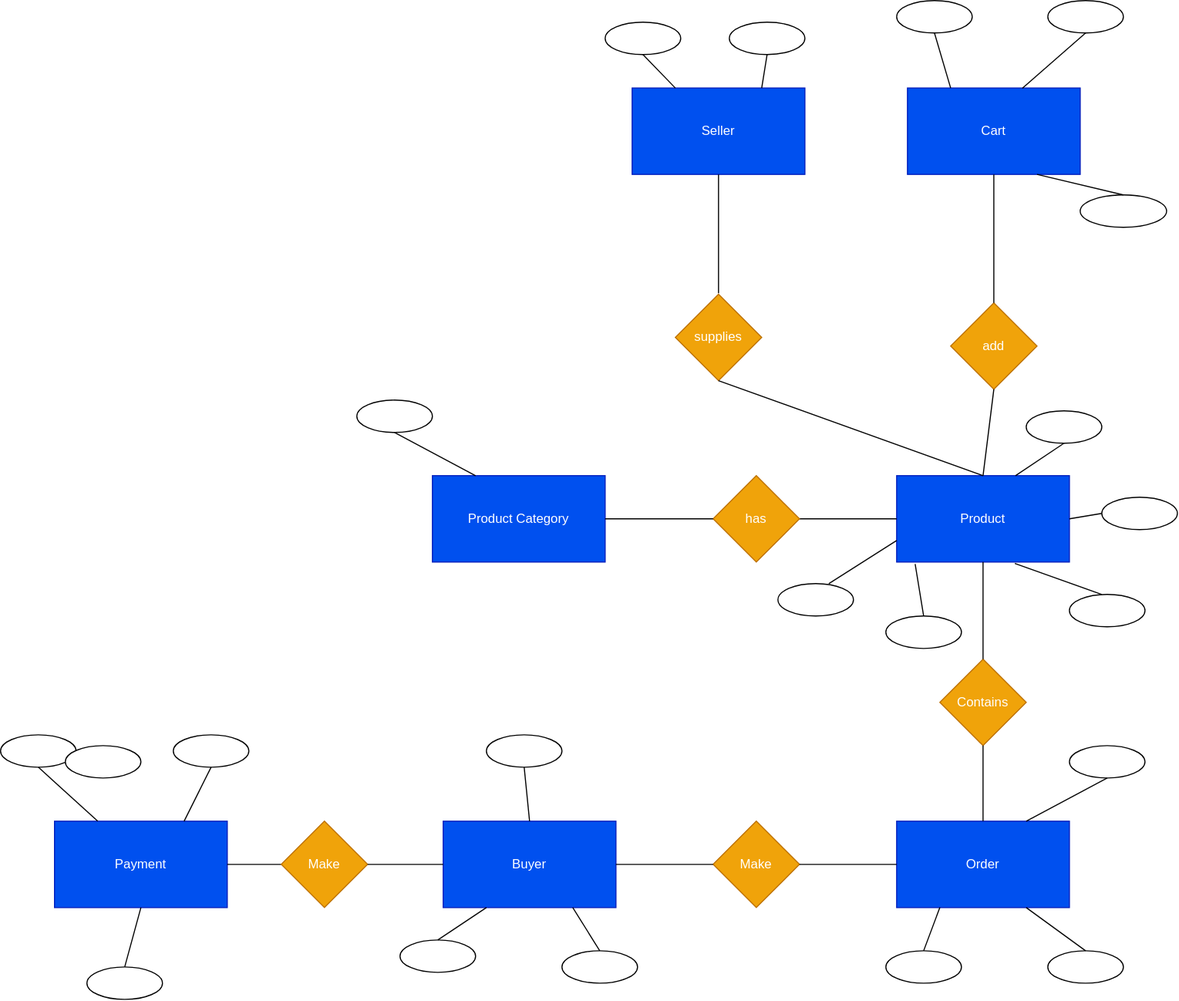
This is ER_diagram.drawio.svg from Hemakanth1/shopping-cart-system, a draw.io export, as it was before one commit. Source tidied: cells renumbered, new cells last; positions are measured from the earlier drawing's top-left corner, leaving out a move shared by most shapes.
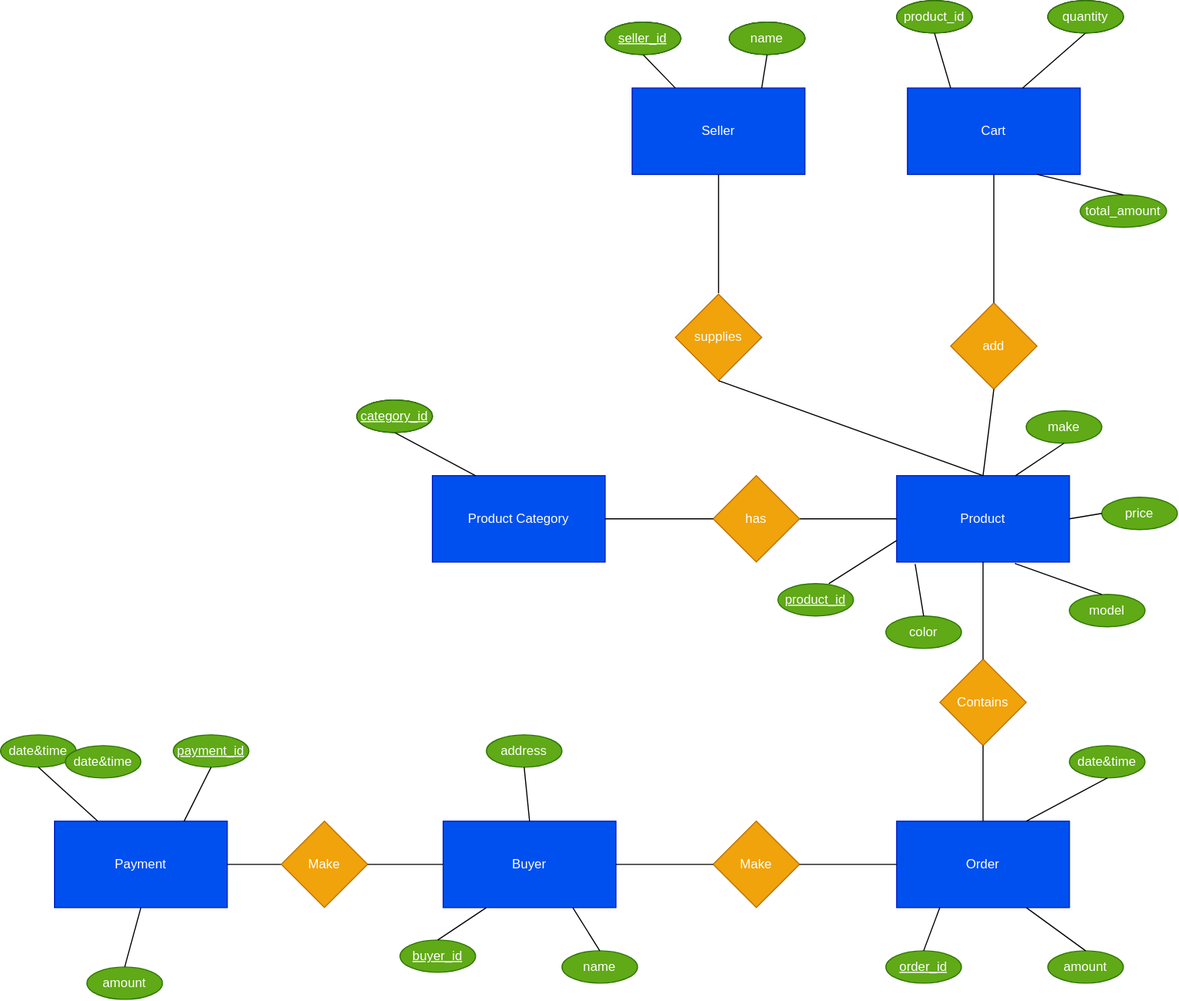
Above is the later version.

Change to the diagram source:
```diff
@@ -79,16 +79,16 @@
     <mxCell id="26" style="endArrow=none;html=1;fontColor=#FFFFFF;exitX=1;exitY=0.5;exitDx=0;exitDy=0;entryX=0;entryY=0.5;entryDx=0;entryDy=0;" parent="1" edge="1" source="25" target="6">
       <mxGeometry relative="1" as="geometry" />
     </mxCell>
-    <mxCell id="27" value="color" style="ellipse;whiteSpace=wrap;html=1;fontColor=#FFFFFF;" parent="1" vertex="1">
+    <mxCell id="27" value="color" style="ellipse;whiteSpace=wrap;html=1;fontColor=#ffffff;fillColor=#60a917;strokeColor=#2D7600;" parent="1" vertex="1">
       <mxGeometry x="820" y="570" width="70" height="30" as="geometry" />
     </mxCell>
-    <mxCell id="28" value="price" style="ellipse;whiteSpace=wrap;html=1;fontColor=#FFFFFF;" parent="1" vertex="1">
+    <mxCell id="28" value="price" style="ellipse;whiteSpace=wrap;html=1;fontColor=#ffffff;fillColor=#60a917;strokeColor=#2D7600;" parent="1" vertex="1">
       <mxGeometry x="1020" y="460" width="70" height="30" as="geometry" />
     </mxCell>
-    <mxCell id="29" value="make" style="ellipse;whiteSpace=wrap;html=1;fontColor=#FFFFFF;" parent="1" vertex="1">
+    <mxCell id="29" value="make" style="ellipse;whiteSpace=wrap;html=1;fontColor=#ffffff;fillColor=#60a917;strokeColor=#2D7600;" parent="1" vertex="1">
       <mxGeometry x="950" y="380" width="70" height="30" as="geometry" />
     </mxCell>
-    <mxCell id="30" value="model" style="ellipse;whiteSpace=wrap;html=1;fontColor=#FFFFFF;" parent="1" vertex="1">
+    <mxCell id="30" value="model" style="ellipse;whiteSpace=wrap;html=1;fontColor=#ffffff;fillColor=#60a917;strokeColor=#2D7600;" parent="1" vertex="1">
       <mxGeometry x="990" y="550" width="70" height="30" as="geometry" />
     </mxCell>
     <mxCell id="31" style="endArrow=none;html=1;fontColor=#FFFFFF;exitX=0.5;exitY=0;exitDx=0;exitDy=0;entryX=0.107;entryY=1.023;entryDx=0;entryDy=0;entryPerimeter=0;" parent="1" edge="1" source="27" target="3">
@@ -105,19 +105,19 @@
         <mxPoint x="940" y="440" as="sourcePoint" />
       </mxGeometry>
     </mxCell>
-    <mxCell id="35" value="&lt;u&gt;product_id&lt;/u&gt;" style="ellipse;whiteSpace=wrap;html=1;fontColor=#FFFFFF;" parent="1" vertex="1">
+    <mxCell id="35" value="&lt;u&gt;product_id&lt;/u&gt;" style="ellipse;whiteSpace=wrap;html=1;fontColor=#ffffff;fillColor=#60a917;strokeColor=#2D7600;" parent="1" vertex="1">
       <mxGeometry x="720" y="540" width="70" height="30" as="geometry" />
     </mxCell>
     <mxCell id="36" style="endArrow=none;html=1;fontColor=#FFFFFF;exitX=0.673;exitY=0;exitDx=0;exitDy=0;exitPerimeter=0;entryX=0;entryY=0.75;entryDx=0;entryDy=0;" parent="1" edge="1" source="35" target="3">
       <mxGeometry relative="1" as="geometry" />
     </mxCell>
-    <mxCell id="37" value="&lt;u&gt;buyer_id&lt;/u&gt;" style="ellipse;whiteSpace=wrap;html=1;fontColor=#FFFFFF;" parent="1" vertex="1">
+    <mxCell id="37" value="&lt;u&gt;buyer_id&lt;/u&gt;" style="ellipse;whiteSpace=wrap;html=1;fontColor=#ffffff;fillColor=#60a917;strokeColor=#2D7600;" parent="1" vertex="1">
       <mxGeometry x="370" y="870" width="70" height="30" as="geometry" />
     </mxCell>
-    <mxCell id="38" value="name" style="ellipse;whiteSpace=wrap;html=1;fontColor=#FFFFFF;" parent="1" vertex="1">
+    <mxCell id="38" value="name" style="ellipse;whiteSpace=wrap;html=1;fontColor=#ffffff;fillColor=#60a917;strokeColor=#2D7600;" parent="1" vertex="1">
       <mxGeometry x="520" y="880" width="70" height="30" as="geometry" />
     </mxCell>
-    <mxCell id="39" value="address" style="ellipse;whiteSpace=wrap;html=1;fontColor=#FFFFFF;" parent="1" vertex="1">
+    <mxCell id="39" value="address" style="ellipse;whiteSpace=wrap;html=1;fontColor=#ffffff;fillColor=#60a917;strokeColor=#2D7600;" parent="1" vertex="1">
       <mxGeometry x="450" y="680" width="70" height="30" as="geometry" />
     </mxCell>
     <mxCell id="40" style="endArrow=none;html=1;fontColor=#FFFFFF;exitX=0.5;exitY=0;exitDx=0;exitDy=0;entryX=0.75;entryY=1;entryDx=0;entryDy=0;" parent="1" edge="1" source="38" target="6">
@@ -129,10 +129,10 @@
     <mxCell id="42" style="endArrow=none;html=1;fontColor=#FFFFFF;exitX=0.5;exitY=1;exitDx=0;exitDy=0;entryX=0.5;entryY=0;entryDx=0;entryDy=0;" parent="1" edge="1" source="39" target="6">
       <mxGeometry relative="1" as="geometry" />
     </mxCell>
-    <mxCell id="43" value="&lt;u&gt;order_id&lt;/u&gt;" style="ellipse;whiteSpace=wrap;html=1;fontColor=#FFFFFF;" parent="1" vertex="1">
+    <mxCell id="43" value="&lt;u&gt;order_id&lt;/u&gt;" style="ellipse;whiteSpace=wrap;html=1;fontColor=#ffffff;fillColor=#60a917;strokeColor=#2D7600;" parent="1" vertex="1">
       <mxGeometry x="820" y="880" width="70" height="30" as="geometry" />
     </mxCell>
-    <mxCell id="44" value="amount" style="ellipse;whiteSpace=wrap;html=1;fontColor=#FFFFFF;" parent="1" vertex="1">
+    <mxCell id="44" value="amount" style="ellipse;whiteSpace=wrap;html=1;fontColor=#ffffff;fillColor=#60a917;strokeColor=#2D7600;" parent="1" vertex="1">
       <mxGeometry x="970" y="880" width="70" height="30" as="geometry" />
     </mxCell>
     <mxCell id="45" style="endArrow=none;html=1;fontColor=#FFFFFF;exitX=0.5;exitY=0;exitDx=0;exitDy=0;entryX=0.25;entryY=1;entryDx=0;entryDy=0;" parent="1" edge="1" source="43" target="7">
@@ -141,19 +141,19 @@
     <mxCell id="46" style="endArrow=none;html=1;fontColor=#FFFFFF;exitX=0.5;exitY=0;exitDx=0;exitDy=0;entryX=0.75;entryY=1;entryDx=0;entryDy=0;" parent="1" edge="1" source="44" target="7">
       <mxGeometry relative="1" as="geometry" />
     </mxCell>
-    <mxCell id="47" value="date&amp;amp;time" style="ellipse;whiteSpace=wrap;html=1;fontColor=#FFFFFF;" parent="1" vertex="1">
+    <mxCell id="47" value="date&amp;amp;time" style="ellipse;whiteSpace=wrap;html=1;fontColor=#ffffff;fillColor=#60a917;strokeColor=#2D7600;" parent="1" vertex="1">
       <mxGeometry x="990" y="690" width="70" height="30" as="geometry" />
     </mxCell>
     <mxCell id="48" style="endArrow=none;html=1;fontColor=#FFFFFF;entryX=0.5;entryY=1;entryDx=0;entryDy=0;exitX=0.75;exitY=0;exitDx=0;exitDy=0;" parent="1" edge="1" source="7" target="47">
       <mxGeometry relative="1" as="geometry" />
     </mxCell>
-    <mxCell id="49" value="date&amp;amp;time" style="ellipse;whiteSpace=wrap;html=1;fontColor=#FFFFFF;" parent="1" vertex="1">
+    <mxCell id="49" value="date&amp;amp;time" style="ellipse;whiteSpace=wrap;html=1;fillColor=#60a917;strokeColor=#2D7600;fontColor=#ffffff;" parent="1" vertex="1">
       <mxGeometry y="680" width="70" height="30" as="geometry" />
     </mxCell>
-    <mxCell id="50" value="&lt;u&gt;payment_id&lt;/u&gt;" style="ellipse;whiteSpace=wrap;html=1;fontColor=#FFFFFF;" parent="1" vertex="1">
+    <mxCell id="50" value="&lt;u&gt;payment_id&lt;/u&gt;" style="ellipse;whiteSpace=wrap;html=1;fontColor=#ffffff;fillColor=#60a917;strokeColor=#2D7600;" parent="1" vertex="1">
       <mxGeometry x="160" y="680" width="70" height="30" as="geometry" />
     </mxCell>
-    <mxCell id="51" value="amount" style="ellipse;whiteSpace=wrap;html=1;fontColor=#FFFFFF;" parent="1" vertex="1">
+    <mxCell id="51" value="amount" style="ellipse;whiteSpace=wrap;html=1;fontColor=#ffffff;fillColor=#60a917;strokeColor=#2D7600;" parent="1" vertex="1">
       <mxGeometry x="80" y="895" width="70" height="30" as="geometry" />
     </mxCell>
     <mxCell id="52" style="endArrow=none;html=1;fontColor=#FFFFFF;exitX=0.5;exitY=0;exitDx=0;exitDy=0;entryX=0.5;entryY=1;entryDx=0;entryDy=0;" parent="1" edge="1" source="51" target="8">
@@ -165,7 +165,7 @@
     <mxCell id="54" style="endArrow=none;html=1;fontColor=#FFFFFF;entryX=0.5;entryY=1;entryDx=0;entryDy=0;exitX=0.25;exitY=0;exitDx=0;exitDy=0;" parent="1" edge="1" source="8" target="49">
       <mxGeometry relative="1" as="geometry" />
     </mxCell>
-    <mxCell id="55" value="date&amp;amp;time" style="ellipse;whiteSpace=wrap;html=1;fontColor=#FFFFFF;" parent="1" vertex="1">
+    <mxCell id="55" value="date&amp;amp;time" style="ellipse;whiteSpace=wrap;html=1;fontColor=#ffffff;fillColor=#60a917;strokeColor=#2D7600;" parent="1" vertex="1">
       <mxGeometry x="60" y="690" width="70" height="30" as="geometry" />
     </mxCell>
     <mxCell id="56" value="&lt;u&gt;seller_id&lt;/u&gt;" style="ellipse;whiteSpace=wrap;html=1;fontColor=#FFFFFF;" parent="1" vertex="1">
@@ -186,7 +186,7 @@
     <mxCell id="61" value="quantity" style="ellipse;whiteSpace=wrap;html=1;fontColor=#FFFFFF;" parent="1" vertex="1">
       <mxGeometry x="970" width="70" height="30" as="geometry" />
     </mxCell>
-    <mxCell id="62" value="total_amount" style="ellipse;whiteSpace=wrap;html=1;fontColor=#FFFFFF;" parent="1" vertex="1">
+    <mxCell id="62" value="total_amount" style="ellipse;whiteSpace=wrap;html=1;fontColor=#ffffff;fillColor=#60a917;strokeColor=#2D7600;" parent="1" vertex="1">
       <mxGeometry x="1000" y="180" width="80" height="30" as="geometry" />
     </mxCell>
     <mxCell id="63" style="endArrow=none;html=1;fontColor=#FFFFFF;entryX=0.5;entryY=1;entryDx=0;entryDy=0;exitX=0.25;exitY=0;exitDx=0;exitDy=0;" parent="1" edge="1" source="5" target="60">
@@ -204,5 +204,20 @@
     <mxCell id="67" style="endArrow=none;html=1;fontColor=#FFFFFF;exitX=0.5;exitY=1;exitDx=0;exitDy=0;entryX=0.25;entryY=0;entryDx=0;entryDy=0;" parent="1" edge="1" source="66" target="4">
       <mxGeometry relative="1" as="geometry" />
     </mxCell>
+    <mxCell id="68" value="&lt;u&gt;category_id&lt;/u&gt;" style="ellipse;whiteSpace=wrap;html=1;fontColor=#ffffff;fillColor=#60a917;strokeColor=#2D7600;" parent="1" vertex="1">
+      <mxGeometry x="330" y="370" width="70" height="30" as="geometry" />
+    </mxCell>
+    <mxCell id="69" value="&lt;u&gt;seller_id&lt;/u&gt;" style="ellipse;whiteSpace=wrap;html=1;fontColor=#ffffff;fillColor=#60a917;strokeColor=#2D7600;" parent="1" vertex="1">
+      <mxGeometry x="560" y="20" width="70" height="30" as="geometry" />
+    </mxCell>
+    <mxCell id="70" value="name" style="ellipse;whiteSpace=wrap;html=1;fontColor=#ffffff;fillColor=#60a917;strokeColor=#2D7600;" parent="1" vertex="1">
+      <mxGeometry x="675" y="20" width="70" height="30" as="geometry" />
+    </mxCell>
+    <mxCell id="71" value="product_id" style="ellipse;whiteSpace=wrap;html=1;fontColor=#ffffff;fillColor=#60a917;strokeColor=#2D7600;" parent="1" vertex="1">
+      <mxGeometry x="830" width="70" height="30" as="geometry" />
+    </mxCell>
+    <mxCell id="72" value="quantity" style="ellipse;whiteSpace=wrap;html=1;fontColor=#ffffff;fillColor=#60a917;strokeColor=#2D7600;" parent="1" vertex="1">
+      <mxGeometry x="970" width="70" height="30" as="geometry" />
+    </mxCell>
   </root>
 </mxGraphModel>
```
